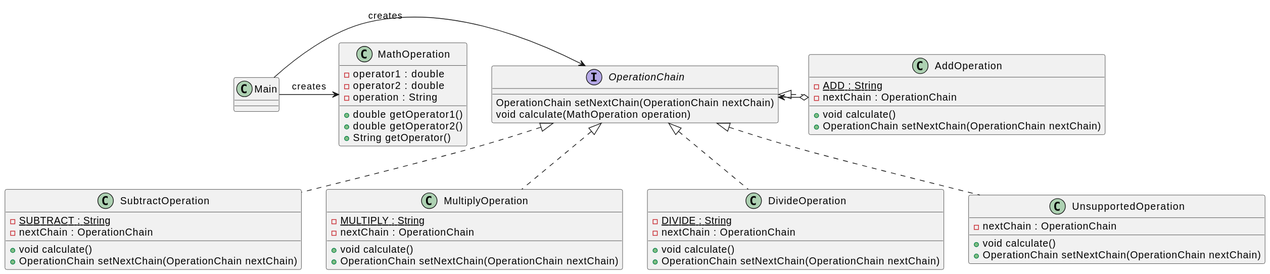
This is ChainOfResponsibility/class-diagram.svg from miguelarian/design-patterns, a PlantUML export, as it was before one commit.
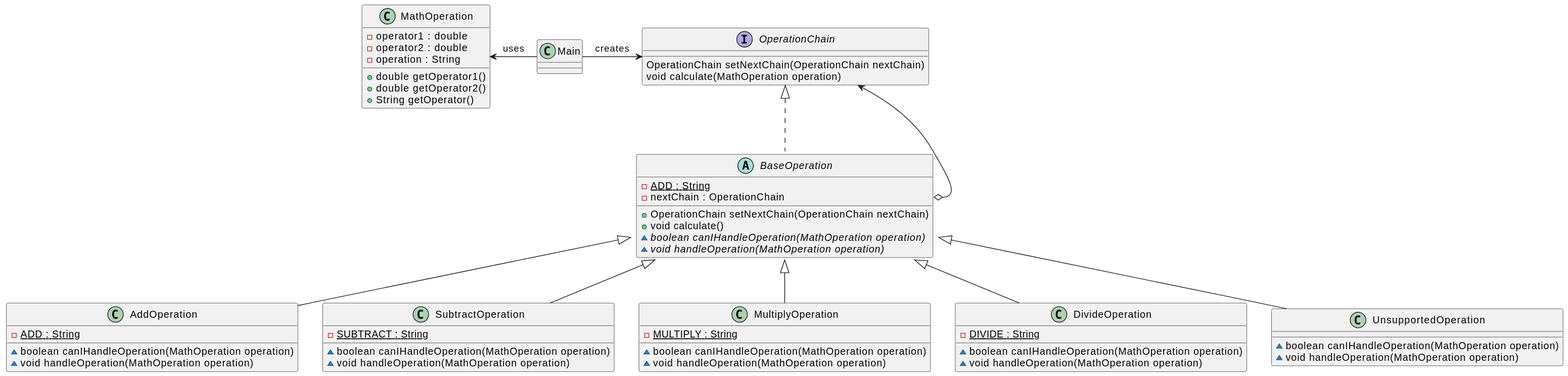
Above is the later version.

Commit message:
add class diagram and readme

What changed in the source:
```diff
@@ -11,37 +11,40 @@
     OperationChain setNextChain(OperationChain nextChain)
     void calculate(MathOperation operation)
 }
-class AddOperation implements OperationChain {
+abstract class BaseOperation implements OperationChain {
     - {static} ADD : String
     - nextChain : OperationChain
+    + OperationChain setNextChain(OperationChain nextChain)
     + void calculate()
-    + OperationChain setNextChain(OperationChain nextChain)
+    ~ boolean {abstract} canIHandleOperation(MathOperation operation)
+    ~ void {abstract} handleOperation(MathOperation operation)
 }
-class SubtractOperation implements OperationChain {
+class AddOperation extends BaseOperation {
+    - {static} ADD : String
+    ~ boolean canIHandleOperation(MathOperation operation)
+    ~ void handleOperation(MathOperation operation)
+}
+class SubtractOperation extends BaseOperation {
     - {static} SUBTRACT : String
-    - nextChain : OperationChain
-    + void calculate()
-    + OperationChain setNextChain(OperationChain nextChain)
+    ~ boolean canIHandleOperation(MathOperation operation)
+    ~ void handleOperation(MathOperation operation)
 }
-class MultiplyOperation implements OperationChain {
+class MultiplyOperation extends BaseOperation {
     - {static} MULTIPLY : String
-    - nextChain : OperationChain
-    + void calculate()
-    + OperationChain setNextChain(OperationChain nextChain)
+    ~ boolean canIHandleOperation(MathOperation operation)
+    ~ void handleOperation(MathOperation operation)
 }
-class DivideOperation implements OperationChain {
+class DivideOperation extends BaseOperation {
     - {static} DIVIDE : String
-    - nextChain : OperationChain
-    + void calculate()
-    + OperationChain setNextChain(OperationChain nextChain)
+    ~ boolean canIHandleOperation(MathOperation operation)
+    ~ void handleOperation(MathOperation operation)
 }
-class UnsupportedOperation implements OperationChain {
-    - nextChain : OperationChain
-    + void calculate()
-    + OperationChain setNextChain(OperationChain nextChain)
+class UnsupportedOperation extends BaseOperation {
+    ~ boolean canIHandleOperation(MathOperation operation)
+    ~ void handleOperation(MathOperation operation)
 }
 class Main
-Main -right-> MathOperation : creates
+Main -left-> MathOperation : uses
 Main -right-> OperationChain : creates
-AddOperation::nextChain o-left-> OperationChain
+BaseOperation::nextChain o--> OperationChain
 @enduml
```
